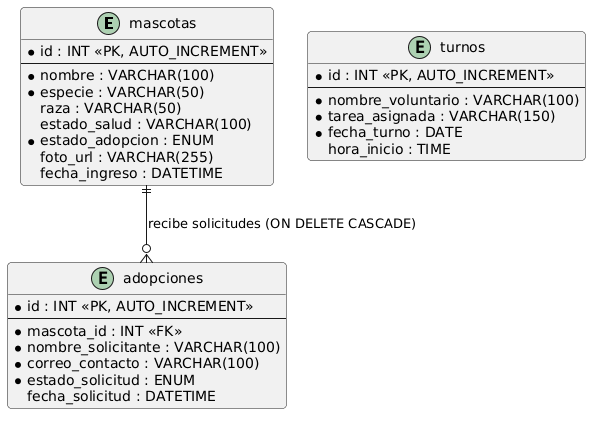
Earlier version of the PlantUML export docs/diagrams/modelo_entidad_relacion.png (AriFtw03/LP-Proyecto-2doParcial). Its diagram source:
```plantuml
@startuml
skinparam backgroundColor #FFFFFF
skinparam defaultFontName Arial
skinparam roundCorner 8
skinparam shadowing false

entity mascotas {
    * id : INT <<PK, AUTO_INCREMENT>>
    --
    * nombre : VARCHAR(100)
    * especie : VARCHAR(50)
    raza : VARCHAR(50)
    estado_salud : VARCHAR(100)
    * estado_adopcion : ENUM
    foto_url : VARCHAR(255)
    fecha_ingreso : DATETIME
}

entity adopciones {
    * id : INT <<PK, AUTO_INCREMENT>>
    --
    * mascota_id : INT <<FK>>
    * nombre_solicitante : VARCHAR(100)
    * correo_contacto : VARCHAR(100)
    * estado_solicitud : ENUM
    fecha_solicitud : DATETIME
}

entity turnos {
    * id : INT <<PK, AUTO_INCREMENT>>
    --
    * nombre_voluntario : VARCHAR(100)
    * tarea_asignada : VARCHAR(150)
    * fecha_turno : DATE
    hora_inicio : TIME
}

mascotas ||--o{ adopciones : "recibe solicitudes (ON DELETE CASCADE)"
@enduml
```
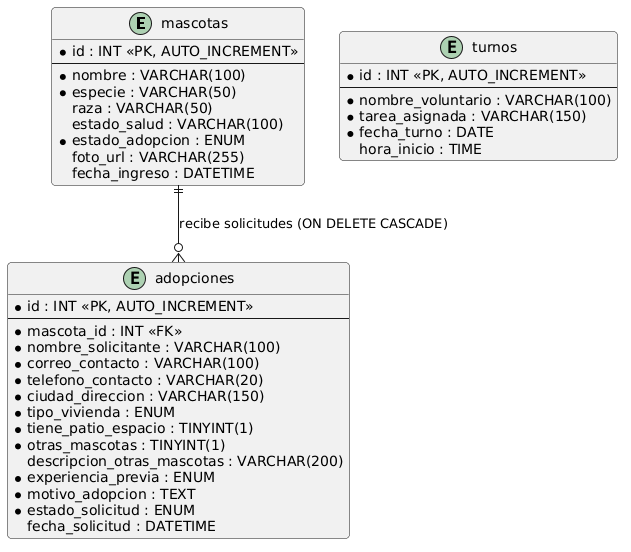
Above is the later version.

Change to the diagram source:
```diff
@@ -22,6 +22,14 @@
     * mascota_id : INT <<FK>>
     * nombre_solicitante : VARCHAR(100)
     * correo_contacto : VARCHAR(100)
+    * telefono_contacto : VARCHAR(20)
+    * ciudad_direccion : VARCHAR(150)
+    * tipo_vivienda : ENUM
+    * tiene_patio_espacio : TINYINT(1)
+    * otras_mascotas : TINYINT(1)
+    descripcion_otras_mascotas : VARCHAR(200)
+    * experiencia_previa : ENUM
+    * motivo_adopcion : TEXT
     * estado_solicitud : ENUM
     fecha_solicitud : DATETIME
 }
```
